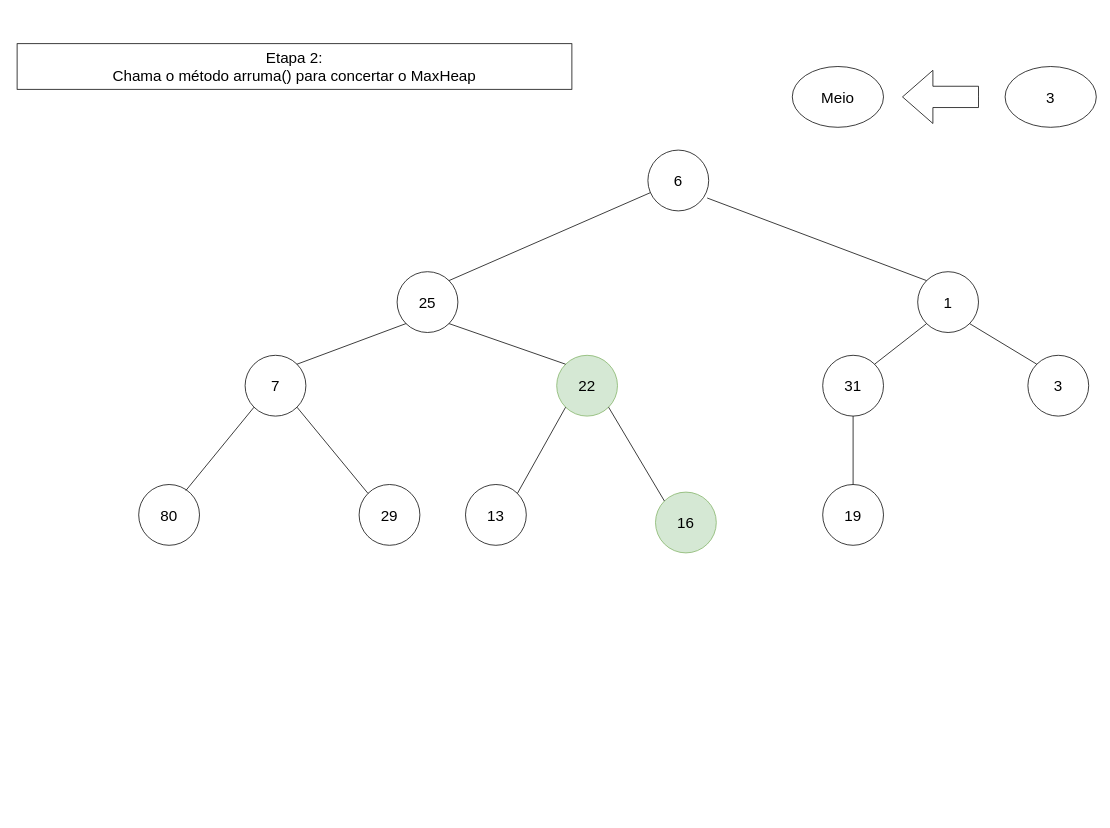
This is page "Etapa 6" (7 of 21) of Diagrama_Heap.drawio from Xang0/Diagramas-de-Estruturas-de-Dado, a draw.io file, before an edit. Source tidied: cells renumbered, new cells numbered last; positions are measured from the earlier drawing's top-left corner, leaving out a move shared by most shapes. Both pictures are drawn from the tidied source at 76%, with x=0, y=0 at pixel (17, 43).
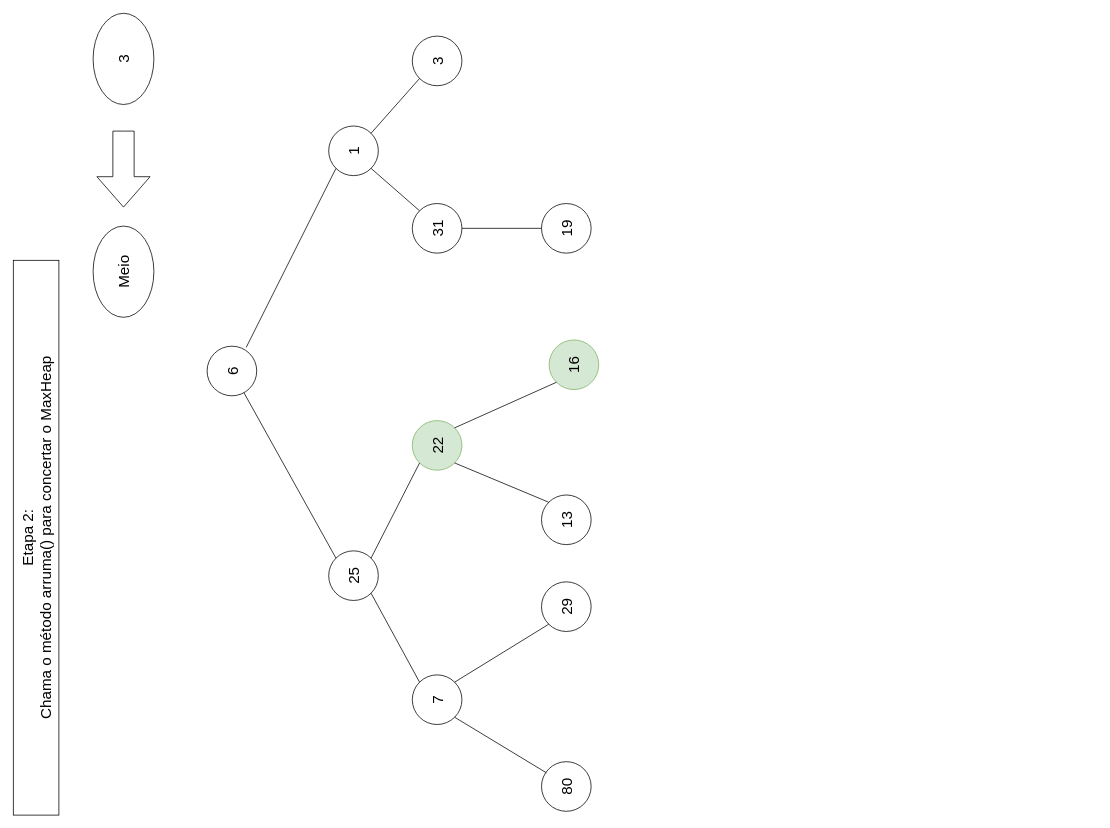
After the change.

Diff of the diagram source:
```diff
@@
+    <mxCell id="25" value="&lt;font style=&quot;font-size: 20px;&quot;&gt;Etapa 2:&lt;br&gt;Chama o método arruma() para concertar o MaxHeap&lt;br&gt;&lt;/font&gt;" style="rounded=0;whiteSpace=wrap;html=1;rotation=-90;" parent="1" vertex="1">
+      <mxGeometry x="-340" y="620" width="730" height="60" as="geometry" />
+    </mxCell>
+    <mxCell id="26" value="&lt;font style=&quot;font-size: 20px;&quot;&gt;Meio&lt;/font&gt;" style="ellipse;whiteSpace=wrap;html=1;rotation=-90;" parent="1" vertex="1">
+      <mxGeometry x="80" y="260" width="120" height="80" as="geometry" />
+    </mxCell>
+    <mxCell id="27" style="html=1;shadow=0;dashed=0;align=center;verticalAlign=middle;shape=mxgraph.arrows2.arrow;dy=0.6;dx=40;flipH=1;notch=0;rotation=-90;" parent="1" vertex="1">
+      <mxGeometry x="90" y="130" width="100" height="70" as="geometry" />
+    </mxCell>
+    <mxCell id="28" value="&lt;font style=&quot;font-size: 20px;&quot;&gt;3&lt;/font&gt;" style="ellipse;whiteSpace=wrap;html=1;rotation=-90;" parent="1" vertex="1">
+      <mxGeometry x="80" y="-20" width="120" height="80" as="geometry" />
+    </mxCell>
+    <mxCell id="29" style="group;" parent="1" vertex="1">
+      <mxGeometry x="250" y="-10" width="530" height="1020" as="geometry" />
+    </mxCell>
-    <mxCell id="2" value="&lt;font style=&quot;font-size: 20px;&quot;&gt;6&lt;/font&gt;" style="ellipse;whiteSpace=wrap;html=1;" parent="1" vertex="1">
-      <mxGeometry x="830" y="140" width="80" height="80" as="geometry" />
+    <mxCell id="2" value="&lt;font style=&quot;font-size: 20px;&quot;&gt;6&lt;/font&gt;" style="ellipse;whiteSpace=wrap;html=1;rotation=-90;" parent="29" vertex="1">
+      <mxGeometry y="408" width="65.3" height="65.3" as="geometry" />
     </mxCell>
-    <mxCell id="3" value="&lt;font style=&quot;font-size: 20px;&quot;&gt;25&lt;/font&gt;" style="ellipse;whiteSpace=wrap;html=1;" parent="1" vertex="1">
-      <mxGeometry x="500" y="300" width="80" height="80" as="geometry" />
+    <mxCell id="3" value="&lt;font style=&quot;font-size: 20px;&quot;&gt;25&lt;/font&gt;" style="ellipse;whiteSpace=wrap;html=1;rotation=-90;" parent="29" vertex="1">
+      <mxGeometry x="160" y="677.3" width="65.3" height="65.3" as="geometry" />
     </mxCell>
-    <mxCell id="4" value="&lt;font style=&quot;font-size: 20px;&quot;&gt;1&lt;/font&gt;" style="ellipse;whiteSpace=wrap;html=1;" parent="1" vertex="1">
-      <mxGeometry x="1185" y="300" width="80" height="80" as="geometry" />
+    <mxCell id="4" value="&lt;font style=&quot;font-size: 20px;&quot;&gt;1&lt;/font&gt;" style="ellipse;whiteSpace=wrap;html=1;rotation=-90;" parent="29" vertex="1">
+      <mxGeometry x="160" y="118.3" width="65.3" height="65.3" as="geometry" />
     </mxCell>
-    <mxCell id="5" style="endArrow=none;html=1;rounded=0;exitX=1;exitY=0;exitDx=0;exitDy=0;" parent="1" edge="1" source="3" target="2">
+    <mxCell id="5" style="endArrow=none;html=1;rounded=0;exitX=1;exitY=0;exitDx=0;exitDy=0;" parent="29" edge="1" source="3" target="2">
       <mxGeometry relative="1" as="geometry" />
     </mxCell>
-    <mxCell id="6" style="endArrow=none;html=1;rounded=0;entryX=0.975;entryY=0.788;entryDx=0;entryDy=0;entryPerimeter=0;exitX=0;exitY=0;exitDx=0;exitDy=0;" parent="1" edge="1" source="4" target="2">
+    <mxCell id="6" style="endArrow=none;html=1;rounded=0;entryX=0.975;entryY=0.788;entryDx=0;entryDy=0;entryPerimeter=0;exitX=0;exitY=0;exitDx=0;exitDy=0;" parent="29" edge="1" source="4" target="2">
       <mxGeometry relative="1" as="geometry" />
     </mxCell>
-    <mxCell id="7" value="&lt;font style=&quot;font-size: 20px;&quot;&gt;7&lt;/font&gt;" style="ellipse;whiteSpace=wrap;html=1;" parent="1" vertex="1">
-      <mxGeometry x="300" y="410" width="80" height="80" as="geometry" />
+    <mxCell id="7" value="&lt;font style=&quot;font-size: 20px;&quot;&gt;7&lt;/font&gt;" style="ellipse;whiteSpace=wrap;html=1;rotation=-90;" parent="29" vertex="1">
+      <mxGeometry x="270" y="840.5" width="65.3" height="65.3" as="geometry" />
     </mxCell>
-    <mxCell id="8" value="&lt;font style=&quot;font-size: 20px;&quot;&gt;22&lt;/font&gt;" style="ellipse;whiteSpace=wrap;html=1;fillColor=#d5e8d4;strokeColor=#82b366;" parent="1" vertex="1">
-      <mxGeometry x="710" y="410" width="80" height="80" as="geometry" />
+    <mxCell id="8" value="&lt;font style=&quot;font-size: 20px;&quot;&gt;22&lt;/font&gt;" style="ellipse;whiteSpace=wrap;html=1;fillColor=#d5e8d4;strokeColor=#82b366;rotation=-90;" parent="29" vertex="1">
+      <mxGeometry x="270" y="505.9" width="65.3" height="65.3" as="geometry" />
     </mxCell>
-    <mxCell id="9" style="endArrow=none;html=1;rounded=0;entryX=0;entryY=1;entryDx=0;entryDy=0;exitX=1;exitY=0;exitDx=0;exitDy=0;" parent="1" edge="1" source="7" target="3">
+    <mxCell id="9" style="endArrow=none;html=1;rounded=0;entryX=0;entryY=1;entryDx=0;entryDy=0;exitX=1;exitY=0;exitDx=0;exitDy=0;" parent="29" edge="1" source="7" target="3">
       <mxGeometry relative="1" as="geometry" />
     </mxCell>
-    <mxCell id="10" style="endArrow=none;html=1;rounded=0;entryX=1;entryY=1;entryDx=0;entryDy=0;exitX=0;exitY=0;exitDx=0;exitDy=0;" parent="1" edge="1" source="8" target="3">
+    <mxCell id="10" style="endArrow=none;html=1;rounded=0;entryX=1;entryY=1;entryDx=0;entryDy=0;exitX=0;exitY=0;exitDx=0;exitDy=0;" parent="29" edge="1" source="8" target="3">
       <mxGeometry relative="1" as="geometry" />
     </mxCell>
-    <mxCell id="11" value="&lt;font style=&quot;font-size: 20px;&quot;&gt;16&lt;/font&gt;" style="ellipse;whiteSpace=wrap;html=1;fillColor=#d5e8d4;strokeColor=#82b366;" parent="1" vertex="1">
-      <mxGeometry x="840" y="590" width="80" height="80" as="geometry" />
+    <mxCell id="11" value="&lt;font style=&quot;font-size: 20px;&quot;&gt;16&lt;/font&gt;" style="ellipse;whiteSpace=wrap;html=1;fillColor=#d5e8d4;strokeColor=#82b366;rotation=-90;" parent="29" vertex="1">
+      <mxGeometry x="450" y="399.8" width="65.3" height="65.3" as="geometry" />
     </mxCell>
-    <mxCell id="12" value="&lt;font style=&quot;font-size: 20px;&quot;&gt;13&lt;/font&gt;" style="ellipse;whiteSpace=wrap;html=1;" parent="1" vertex="1">
-      <mxGeometry x="590" y="580" width="80" height="80" as="geometry" />
+    <mxCell id="12" value="&lt;font style=&quot;font-size: 20px;&quot;&gt;13&lt;/font&gt;" style="ellipse;whiteSpace=wrap;html=1;rotation=-90;" parent="29" vertex="1">
+      <mxGeometry x="440" y="603.8" width="65.3" height="65.3" as="geometry" />
     </mxCell>
-    <mxCell id="13" style="endArrow=none;html=1;rounded=0;entryX=1;entryY=1;entryDx=0;entryDy=0;exitX=0;exitY=0;exitDx=0;exitDy=0;" parent="1" edge="1" source="11" target="8">
+    <mxCell id="13" style="endArrow=none;html=1;rounded=0;entryX=1;entryY=1;entryDx=0;entryDy=0;exitX=0;exitY=0;exitDx=0;exitDy=0;" parent="29" edge="1" source="11" target="8">
       <mxGeometry relative="1" as="geometry" />
     </mxCell>
-    <mxCell id="14" style="endArrow=none;html=1;rounded=0;entryX=0;entryY=1;entryDx=0;entryDy=0;exitX=1;exitY=0;exitDx=0;exitDy=0;" parent="1" edge="1" source="12" target="8">
+    <mxCell id="14" style="endArrow=none;html=1;rounded=0;entryX=0;entryY=1;entryDx=0;entryDy=0;exitX=1;exitY=0;exitDx=0;exitDy=0;" parent="29" edge="1" source="12" target="8">
       <mxGeometry relative="1" as="geometry" />
     </mxCell>
-    <mxCell id="15" value="&lt;font style=&quot;font-size: 20px;&quot;&gt;29&lt;/font&gt;" style="ellipse;whiteSpace=wrap;html=1;" parent="1" vertex="1">
-      <mxGeometry x="450" y="580" width="80" height="80" as="geometry" />
+    <mxCell id="15" value="&lt;font style=&quot;font-size: 20px;&quot;&gt;29&lt;/font&gt;" style="ellipse;whiteSpace=wrap;html=1;rotation=-90;" parent="29" vertex="1">
+      <mxGeometry x="440" y="718.1" width="65.3" height="65.3" as="geometry" />
     </mxCell>
-    <mxCell id="16" value="&lt;font style=&quot;font-size: 20px;&quot;&gt;80&lt;/font&gt;" style="ellipse;whiteSpace=wrap;html=1;" parent="1" vertex="1">
-      <mxGeometry x="160" y="580" width="80" height="80" as="geometry" />
+    <mxCell id="16" value="&lt;font style=&quot;font-size: 20px;&quot;&gt;80&lt;/font&gt;" style="ellipse;whiteSpace=wrap;html=1;rotation=-90;" parent="29" vertex="1">
+      <mxGeometry x="440" y="954.7" width="65.3" height="65.3" as="geometry" />
     </mxCell>
-    <mxCell id="17" style="endArrow=none;html=1;rounded=0;entryX=1;entryY=1;entryDx=0;entryDy=0;exitX=0;exitY=0;exitDx=0;exitDy=0;" parent="1" edge="1" source="15" target="7">
+    <mxCell id="17" style="endArrow=none;html=1;rounded=0;entryX=1;entryY=1;entryDx=0;entryDy=0;exitX=0;exitY=0;exitDx=0;exitDy=0;" parent="29" edge="1" source="15" target="7">
       <mxGeometry relative="1" as="geometry" />
     </mxCell>
-    <mxCell id="18" style="endArrow=none;html=1;rounded=0;entryX=0;entryY=1;entryDx=0;entryDy=0;exitX=0.775;exitY=0.1;exitDx=0;exitDy=0;exitPerimeter=0;" parent="1" edge="1" source="16" target="7">
+    <mxCell id="18" style="endArrow=none;html=1;rounded=0;entryX=0;entryY=1;entryDx=0;entryDy=0;exitX=0.775;exitY=0.1;exitDx=0;exitDy=0;exitPerimeter=0;" parent="29" edge="1" source="16" target="7">
       <mxGeometry relative="1" as="geometry" />
     </mxCell>
-    <mxCell id="19" value="&lt;font style=&quot;font-size: 20px;&quot;&gt;31&lt;/font&gt;" style="ellipse;whiteSpace=wrap;html=1;" parent="1" vertex="1">
-      <mxGeometry x="1060" y="410" width="80" height="80" as="geometry" />
+    <mxCell id="19" value="&lt;font style=&quot;font-size: 20px;&quot;&gt;31&lt;/font&gt;" style="ellipse;whiteSpace=wrap;html=1;rotation=-90;" parent="29" vertex="1">
+      <mxGeometry x="270" y="220.3" width="65.3" height="65.3" as="geometry" />
     </mxCell>
-    <mxCell id="20" value="&lt;font style=&quot;font-size: 20px;&quot;&gt;3&lt;/font&gt;" style="ellipse;whiteSpace=wrap;html=1;" parent="1" vertex="1">
-      <mxGeometry x="1330" y="410" width="80" height="80" as="geometry" />
+    <mxCell id="20" value="&lt;font style=&quot;font-size: 20px;&quot;&gt;3&lt;/font&gt;" style="ellipse;whiteSpace=wrap;html=1;rotation=-90;" parent="29" vertex="1">
+      <mxGeometry x="270" width="65.3" height="65.3" as="geometry" />
     </mxCell>
-    <mxCell id="21" style="endArrow=none;html=1;rounded=0;entryX=0;entryY=1;entryDx=0;entryDy=0;exitX=1;exitY=0;exitDx=0;exitDy=0;" parent="1" edge="1" source="19" target="4">
+    <mxCell id="21" style="endArrow=none;html=1;rounded=0;entryX=0;entryY=1;entryDx=0;entryDy=0;exitX=1;exitY=0;exitDx=0;exitDy=0;" parent="29" edge="1" source="19" target="4">
       <mxGeometry relative="1" as="geometry" />
     </mxCell>
-    <mxCell id="22" style="endArrow=none;html=1;rounded=0;entryX=1;entryY=1;entryDx=0;entryDy=0;exitX=0;exitY=0;exitDx=0;exitDy=0;" parent="1" edge="1" source="20" target="4">
+    <mxCell id="22" style="endArrow=none;html=1;rounded=0;entryX=1;entryY=1;entryDx=0;entryDy=0;exitX=0;exitY=0;exitDx=0;exitDy=0;" parent="29" edge="1" source="20" target="4">
       <mxGeometry relative="1" as="geometry" />
     </mxCell>
-    <mxCell id="23" value="&lt;font style=&quot;font-size: 20px;&quot;&gt;19&lt;/font&gt;" style="ellipse;whiteSpace=wrap;html=1;" parent="1" vertex="1">
-      <mxGeometry x="1060" y="580" width="80" height="80" as="geometry" />
+    <mxCell id="23" value="&lt;font style=&quot;font-size: 20px;&quot;&gt;19&lt;/font&gt;" style="ellipse;whiteSpace=wrap;html=1;rotation=-90;" parent="29" vertex="1">
+      <mxGeometry x="440" y="220.3" width="65.3" height="65.3" as="geometry" />
     </mxCell>
-    <mxCell id="24" style="endArrow=none;html=1;rounded=0;entryX=0.5;entryY=1;entryDx=0;entryDy=0;exitX=0.5;exitY=0;exitDx=0;exitDy=0;" parent="1" edge="1" source="23" target="19">
+    <mxCell id="24" style="endArrow=none;html=1;rounded=0;entryX=0.5;entryY=1;entryDx=0;entryDy=0;exitX=0.5;exitY=0;exitDx=0;exitDy=0;" parent="29" edge="1" source="23" target="19">
       <mxGeometry relative="1" as="geometry" />
     </mxCell>
-    <mxCell id="25" value="&lt;font style=&quot;font-size: 20px;&quot;&gt;Etapa 2:&lt;br&gt;Chama o método arruma() para concertar o MaxHeap&lt;br&gt;&lt;/font&gt;" style="rounded=0;whiteSpace=wrap;html=1;" parent="1" vertex="1">
-      <mxGeometry width="730" height="60" as="geometry" />
-    </mxCell>
-    <mxCell id="26" value="&lt;font style=&quot;font-size: 20px;&quot;&gt;Meio&lt;/font&gt;" style="ellipse;whiteSpace=wrap;html=1;" parent="1" vertex="1">
-      <mxGeometry x="1020" y="30" width="120" height="80" as="geometry" />
-    </mxCell>
-    <mxCell id="27" style="html=1;shadow=0;dashed=0;align=center;verticalAlign=middle;shape=mxgraph.arrows2.arrow;dy=0.6;dx=40;flipH=1;notch=0;" parent="1" vertex="1">
-      <mxGeometry x="1165" y="35" width="100" height="70" as="geometry" />
-    </mxCell>
-    <mxCell id="28" value="&lt;font style=&quot;font-size: 20px;&quot;&gt;3&lt;/font&gt;" style="ellipse;whiteSpace=wrap;html=1;" parent="1" vertex="1">
-      <mxGeometry x="1300" y="30" width="120" height="80" as="geometry" />
-    </mxCell>
```
